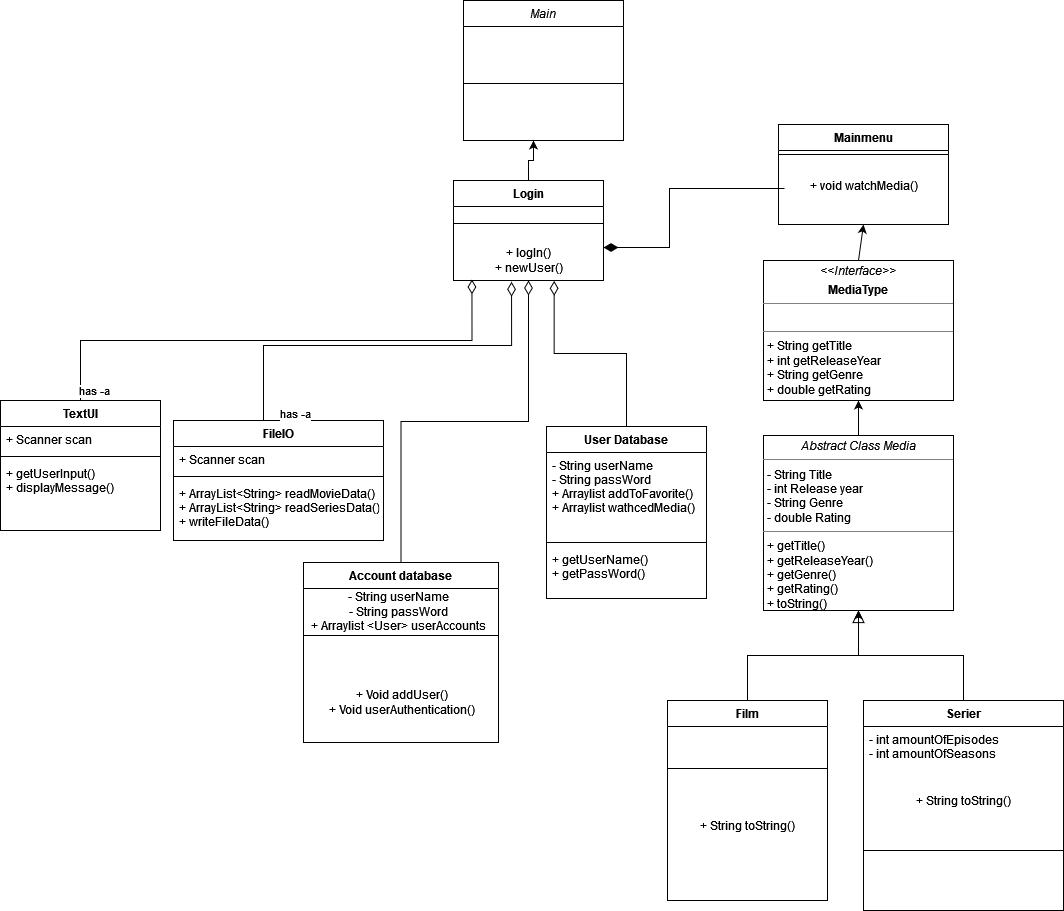
Above: src/Diagrams/Unavngivet diagram.drawio.png in havvand/SP_3 (draw.io), before the change. Source tidied: cells renumbered, new cells last; positions are measured from the earlier drawing's top-left corner, leaving out a move shared by most shapes.
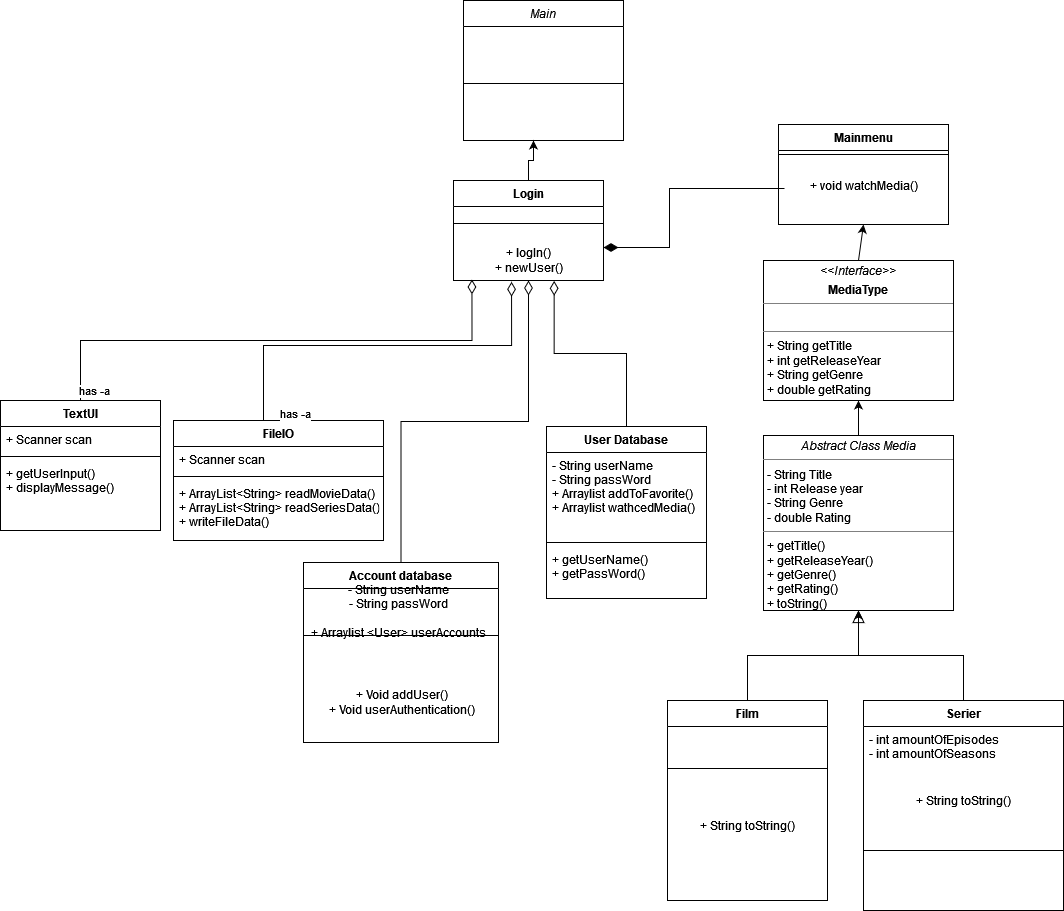
Above is the later version.

Change to the diagram source:
```diff
@@ -116,8 +116,8 @@
     <mxCell id="34" value="&lt;p style=&quot;margin:0px;margin-top:4px;text-align:center;&quot;&gt;&lt;i&gt;Abstract Class Media&lt;/i&gt;&lt;/p&gt;&lt;hr size=&quot;1&quot;&gt;&lt;p style=&quot;margin:0px;margin-left:4px;&quot;&gt;- String Title&lt;/p&gt;&lt;p style=&quot;margin:0px;margin-left:4px;&quot;&gt;- int Release year&lt;/p&gt;&lt;p style=&quot;margin:0px;margin-left:4px;&quot;&gt;- String Genre&lt;/p&gt;&lt;p style=&quot;margin:0px;margin-left:4px;&quot;&gt;- double Rating&lt;/p&gt;&lt;hr size=&quot;1&quot;&gt;&lt;p style=&quot;margin:0px;margin-left:4px;&quot;&gt;+ getTitle()&lt;br&gt;+ getReleaseYear()&lt;/p&gt;&lt;p style=&quot;margin:0px;margin-left:4px;&quot;&gt;+ getGenre()&lt;br&gt;&lt;/p&gt;&lt;p style=&quot;margin:0px;margin-left:4px;&quot;&gt;+ getRating()&lt;br&gt;&lt;/p&gt;&lt;p style=&quot;margin:0px;margin-left:4px;&quot;&gt;+ toString()&lt;br&gt;&lt;/p&gt;" style="verticalAlign=top;align=left;overflow=fill;fontSize=12;fontFamily=Helvetica;html=1;" parent="1" vertex="1">
       <mxGeometry x="763" y="435" width="190" height="175" as="geometry" />
     </mxCell>
-    <mxCell id="35" value="&lt;div&gt;- String userName&lt;/div&gt;&lt;div&gt;- String passWord&lt;/div&gt;&lt;div&gt;+ Arraylist &amp;lt;User&amp;gt; userAccounts&lt;/div&gt;" style="text;html=1;align=center;verticalAlign=middle;strokeColor=none;fillColor=none;" parent="1" vertex="1">
-      <mxGeometry x="298" y="581" width="200" height="60" as="geometry" />
+    <mxCell id="35" value="&lt;div&gt;- String userName&lt;/div&gt;&lt;div&gt;- String passWord&lt;/div&gt;&lt;div&gt;&lt;br&gt;&lt;/div&gt;&lt;div&gt;+ Arraylist &amp;lt;User&amp;gt; userAccounts&lt;/div&gt;" style="text;html=1;align=center;verticalAlign=middle;strokeColor=none;fillColor=none;" parent="1" vertex="1">
+      <mxGeometry x="298" y="576" width="200" height="70" as="geometry" />
     </mxCell>
     <mxCell id="36" value="&lt;p style=&quot;margin:0px;margin-top:4px;text-align:center;&quot;&gt;&lt;i&gt;&amp;lt;&amp;lt;Interface&amp;gt;&amp;gt;&lt;/i&gt;&lt;/p&gt;&lt;p style=&quot;margin:0px;margin-top:4px;text-align:center;&quot;&gt;&lt;b&gt;MediaType&lt;/b&gt;&lt;br&gt;&lt;/p&gt;&lt;hr size=&quot;1&quot;&gt;&lt;p style=&quot;margin:0px;margin-left:4px;&quot;&gt;&lt;br&gt;&lt;/p&gt;&lt;hr size=&quot;1&quot;&gt;&lt;p style=&quot;margin:0px;margin-left:4px;&quot;&gt;+ String getTitle&lt;/p&gt;&lt;p style=&quot;margin:0px;margin-left:4px;&quot;&gt;+ int getReleaseYear&lt;/p&gt;&lt;p style=&quot;margin:0px;margin-left:4px;&quot;&gt;+ String getGenre&lt;/p&gt;&lt;p style=&quot;margin:0px;margin-left:4px;&quot;&gt;+ double getRating&lt;br&gt;&lt;/p&gt;" style="verticalAlign=top;align=left;overflow=fill;fontSize=12;fontFamily=Helvetica;html=1;" parent="1" vertex="1">
       <mxGeometry x="763" y="260" width="190" height="140" as="geometry" />
```
